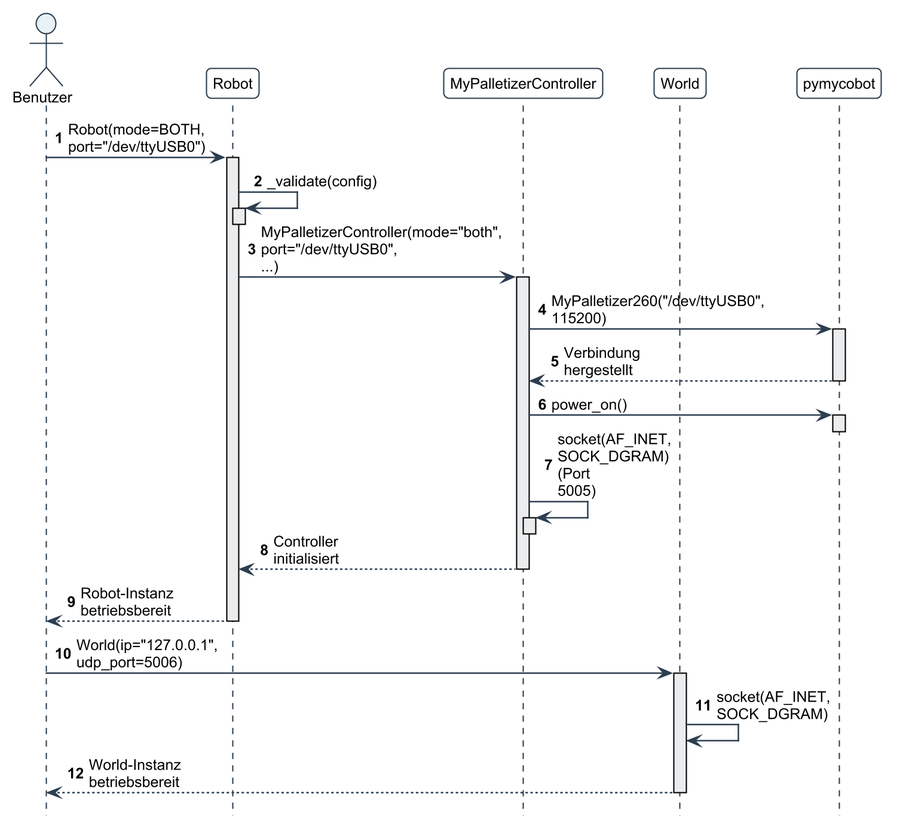
Stonehouse1703/DigitalTwin-for-MyPalletizer-260-M5-UnityVersion keeps this PlantUML diagram as docs/asciidoc/images/06_runtime_init.png. Above is the earlier version.
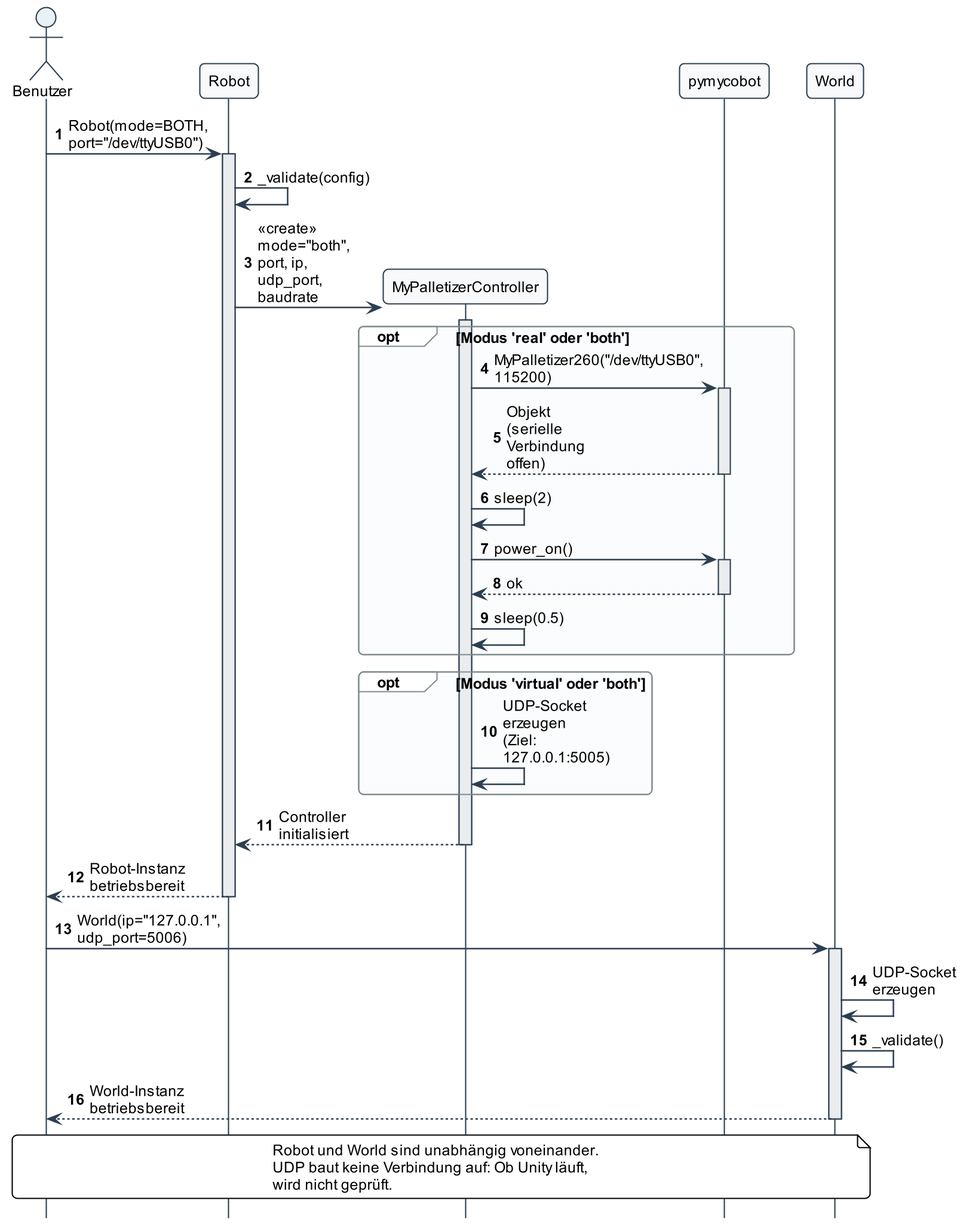
After the change.

Change to the diagram source:
```diff
@@ -5,43 +5,41 @@
 
 actor "Benutzer" as User
 participant "Robot" as Robot
-participant "MyPalletizerController" as MPC
-participant "World" as World
-participant "pymycobot" as PMC
 
-User -> Robot : Robot(mode=BOTH, port="/dev/ttyUSB0")
-activate Robot
+User -> Robot ++ : Robot(mode=BOTH, port="/dev/ttyUSB0")
 
 Robot -> Robot : _validate(config)
-activate Robot #EAECEE
-deactivate Robot
 
-Robot -> MPC : MyPalletizerController(mode="both", port="/dev/ttyUSB0", ...)
-activate MPC
+create participant "MyPalletizerController" as MPC
+participant "pymycobot" as PMC
+participant "World" as World
+Robot -> MPC ++ : <<create>> mode="both", port, ip, udp_port, baudrate
 
-MPC -> PMC : MyPalletizer260("/dev/ttyUSB0", 115200)
-activate PMC
-PMC --> MPC : Verbindung hergestellt
-deactivate PMC
+opt Modus 'real' oder 'both'
+    MPC -> PMC ++ : MyPalletizer260("/dev/ttyUSB0", 115200)
+    PMC --> MPC -- : Objekt (serielle Verbindung offen)
+    MPC -> MPC : sleep(2)
+    MPC -> PMC ++ : power_on()
+    PMC --> MPC -- : ok
+    MPC -> MPC : sleep(0.5)
+end
 
-MPC -> PMC : power_on()
-activate PMC
-deactivate PMC
+opt Modus 'virtual' oder 'both'
+    MPC -> MPC : UDP-Socket erzeugen\n(Ziel: 127.0.0.1:5005)
+end
 
-MPC -> MPC : socket(AF_INET, SOCK_DGRAM) (Port 5005)
-activate MPC #EAECEE
-deactivate MPC
+MPC --> Robot -- : Controller initialisiert
+Robot --> User -- : Robot-Instanz betriebsbereit
 
-MPC --> Robot : Controller initialisiert
-deactivate MPC
+User -> World ++ : World(ip="127.0.0.1", udp_port=5006)
+World -> World : UDP-Socket erzeugen
+World -> World : _validate()
+World --> User -- : World-Instanz betriebsbereit
 
-Robot --> User : Robot-Instanz betriebsbereit
-deactivate Robot
-
-User -> World : World(ip="127.0.0.1", udp_port=5006)
-activate World
-World -> World : socket(AF_INET, SOCK_DGRAM)
-World --> User : World-Instanz betriebsbereit
-deactivate World
+note over User, World
+Robot und World sind unabhängig voneinander.
+UDP baut keine Verbindung auf: Ob Unity läuft,
+wird nicht geprüft.
+end note
 
 @enduml
```
